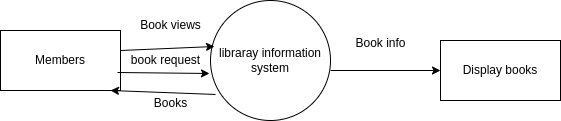
The draw.io diagram dfd 0.drawio.png in Ishratishu/lib, before a commit. Source tidied: cells renumbered, new cells last; positions are measured from the earlier drawing's top-left corner, leaving out a move shared by most shapes. The source it was exported from:
```xml
<mxGraphModel>
  <root>
    <mxCell id="0" />
    <mxCell id="1" parent="0" />
    <mxCell id="2" value="Members" style="rounded=0;whiteSpace=wrap;html=1;" parent="1" vertex="1">
      <mxGeometry y="30" width="120" height="60" as="geometry" />
    </mxCell>
    <mxCell id="3" style="endArrow=classic;html=1;rounded=0;entryX=0.989;entryY=0.933;entryDx=0;entryDy=0;entryPerimeter=0;exitX=-0.033;exitY=0.9;exitDx=0;exitDy=0;exitPerimeter=0;" parent="1" edge="1" source="7" target="7">
      <mxGeometry relative="1" as="geometry" />
    </mxCell>
    <mxCell id="4" value="libraray information system" style="ellipse;whiteSpace=wrap;html=1;" parent="1" vertex="1">
      <mxGeometry x="210" width="120" height="120" as="geometry" />
    </mxCell>
    <mxCell id="5" style="endArrow=classic;html=1;rounded=0;entryX=1.05;entryY=1.2;entryDx=0;entryDy=0;entryPerimeter=0;" parent="1" edge="1" target="6">
      <mxGeometry relative="1" as="geometry">
        <mxPoint x="120" y="50" as="sourcePoint" />
      </mxGeometry>
    </mxCell>
    <mxCell id="6" value="Book views" style="text;html=1;align=center;verticalAlign=middle;points=[];strokeColor=none;fillColor=none;" parent="1" vertex="1">
      <mxGeometry x="130" y="10" width="80" height="30" as="geometry" />
    </mxCell>
    <mxCell id="7" value="book request" style="text;html=1;align=center;verticalAlign=middle;points=[];strokeColor=none;fillColor=none;" parent="1" vertex="1">
      <mxGeometry x="120" y="45" width="90" height="30" as="geometry" />
    </mxCell>
    <mxCell id="8" style="endArrow=classic;html=1;rounded=0;" parent="1" edge="1">
      <mxGeometry relative="1" as="geometry">
        <mxPoint x="330" y="70" as="sourcePoint" />
        <mxPoint x="440" y="70" as="targetPoint" />
      </mxGeometry>
    </mxCell>
    <mxCell id="9" value="Book info" style="text;html=1;align=center;verticalAlign=middle;strokeColor=none;fillColor=none;" parent="1" vertex="1">
      <mxGeometry x="345" y="28" width="70" height="30" as="geometry" />
    </mxCell>
    <mxCell id="10" value="Display books" style="rounded=0;whiteSpace=wrap;html=1;" parent="1" vertex="1">
      <mxGeometry x="440" y="40" width="120" height="60" as="geometry" />
    </mxCell>
    <mxCell id="11" style="endArrow=classic;html=1;rounded=0;exitX=0.042;exitY=0.783;exitDx=0;exitDy=0;exitPerimeter=0;" parent="1" edge="1" source="4">
      <mxGeometry relative="1" as="geometry">
        <mxPoint x="110" y="90" as="targetPoint" />
      </mxGeometry>
    </mxCell>
    <mxCell id="12" value="Books" style="text;html=1;align=center;verticalAlign=middle;strokeColor=none;fillColor=none;" parent="1" vertex="1">
      <mxGeometry x="140" y="88" width="60" height="30" as="geometry" />
    </mxCell>
  </root>
</mxGraphModel>
```
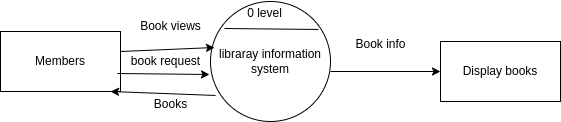
Above is the later version.

The edit, as a diff of the source:
```diff
@@ -42,5 +42,13 @@
     <mxCell id="12" value="Books" style="text;html=1;align=center;verticalAlign=middle;strokeColor=none;fillColor=none;" parent="1" vertex="1">
       <mxGeometry x="140" y="88" width="60" height="30" as="geometry" />
     </mxCell>
+    <mxCell id="13" style="endArrow=none;html=1;rounded=0;entryX=0.9;entryY=0.233;entryDx=0;entryDy=0;entryPerimeter=0;" parent="1" edge="1" target="4">
+      <mxGeometry relative="1" as="geometry">
+        <mxPoint x="224" y="27" as="sourcePoint" />
+      </mxGeometry>
+    </mxCell>
+    <mxCell id="14" value="0 level" style="text;html=1;align=center;verticalAlign=middle;strokeColor=none;fillColor=none;" parent="1" vertex="1">
+      <mxGeometry x="237" y="-1" width="53" height="26" as="geometry" />
+    </mxCell>
   </root>
 </mxGraphModel>
```
